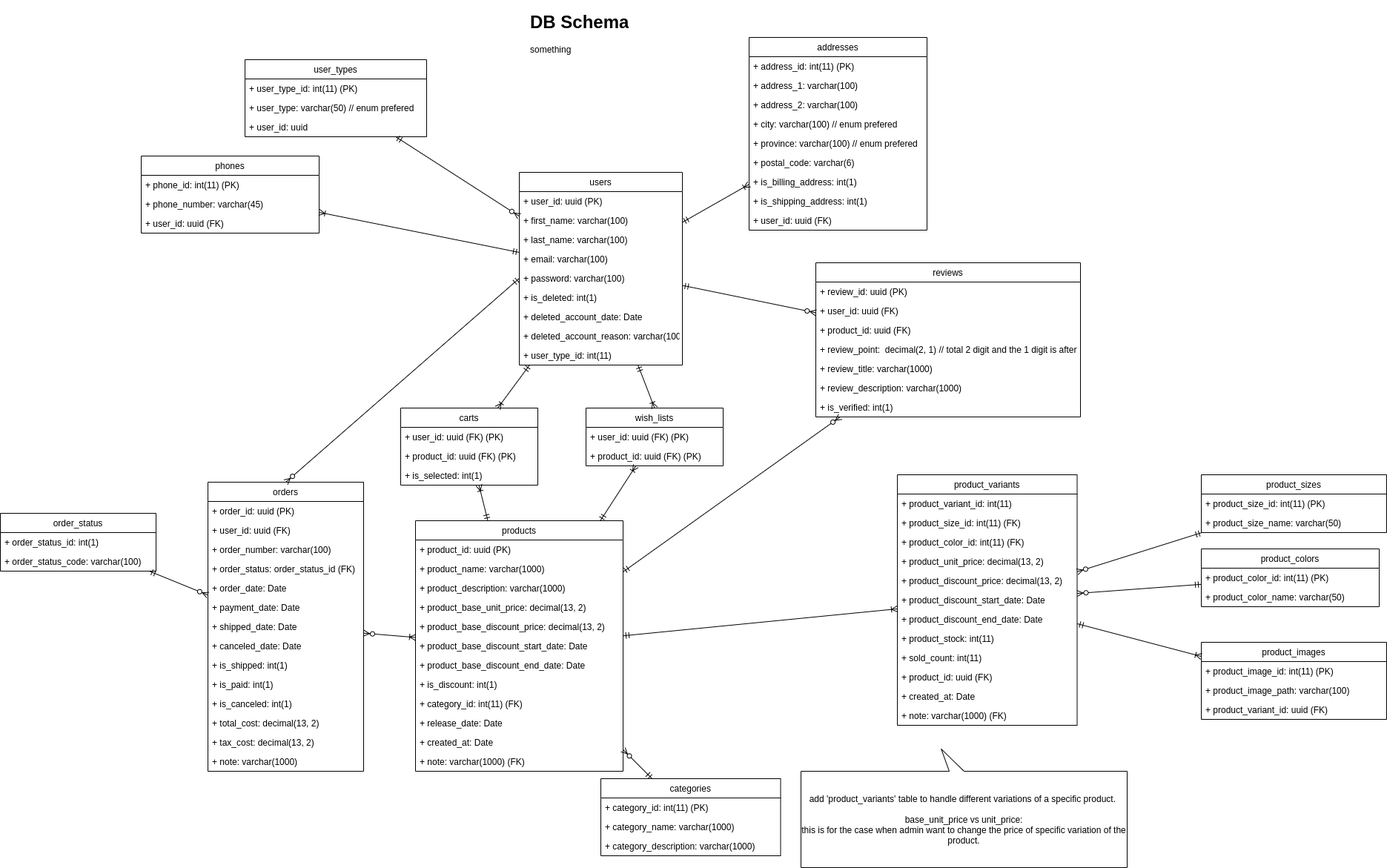
The draw.io diagram db-design.png in stsiwo/e-commerce-starter-kits, before a commit. Source tidied: cells renumbered, new cells last; positions are measured from the earlier drawing's top-left corner, leaving out a move shared by most shapes.
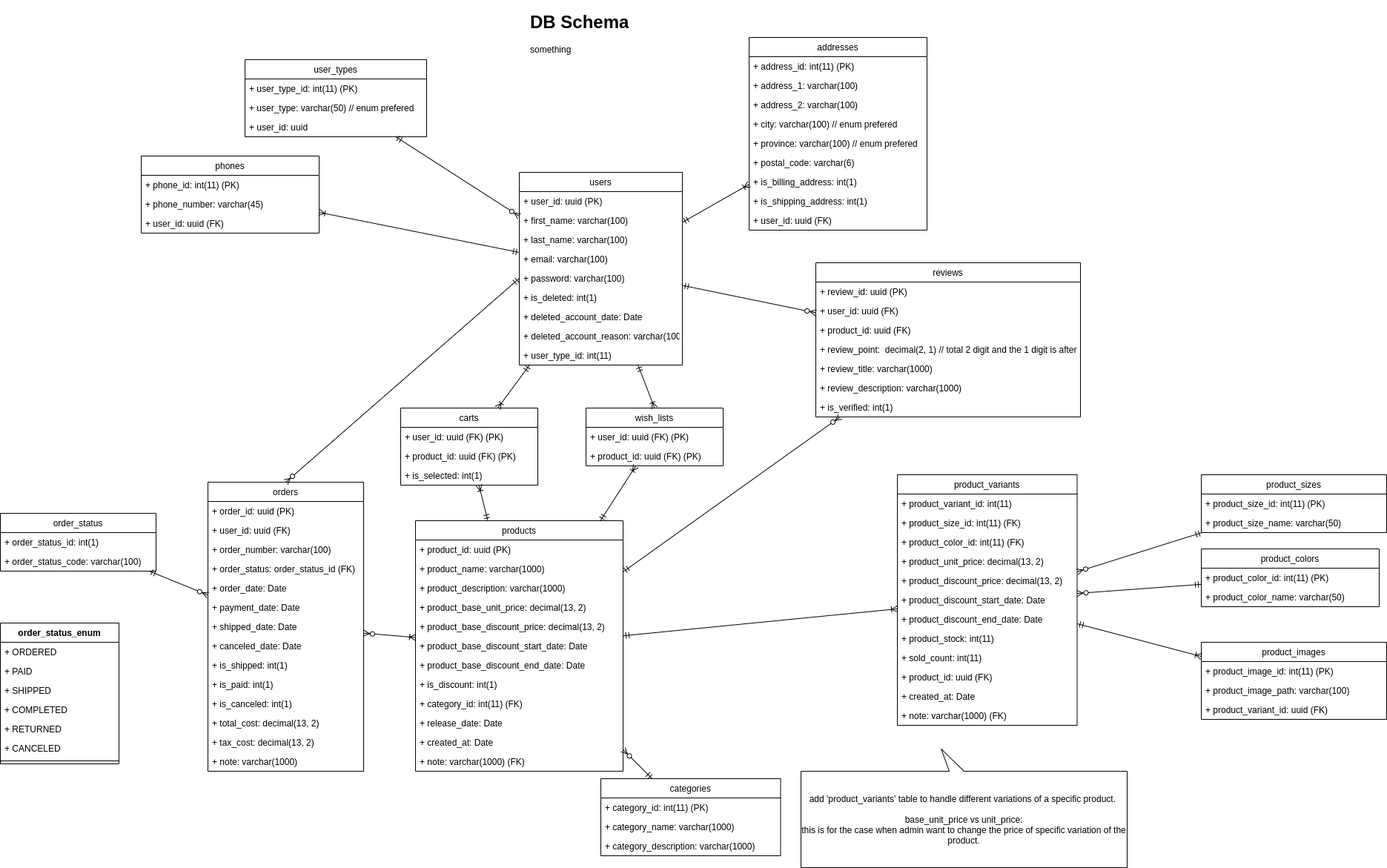
The same file after the commit.

Change to the diagram source:
```diff
@@ -362,5 +362,29 @@
     <mxCell id="121" value="+ is_selected: int(1)" style="text;strokeColor=none;fillColor=none;align=left;verticalAlign=top;spacingLeft=4;spacingRight=4;overflow=hidden;" parent="118" vertex="1">
       <mxGeometry y="78" width="185" height="26" as="geometry" />
     </mxCell>
+    <mxCell id="122" value="order_status_enum" style="swimlane;fontStyle=1;align=center;verticalAlign=top;horizontal=1;startSize=26;" parent="1" vertex="1">
+      <mxGeometry y="830" width="160" height="190" as="geometry" />
+    </mxCell>
+    <mxCell id="123" value="+ ORDERED" style="text;strokeColor=none;fillColor=none;align=left;verticalAlign=top;spacingLeft=4;spacingRight=4;overflow=hidden;" parent="122" vertex="1">
+      <mxGeometry y="26" width="160" height="26" as="geometry" />
+    </mxCell>
+    <mxCell id="124" value="+ PAID" style="text;strokeColor=none;fillColor=none;align=left;verticalAlign=top;spacingLeft=4;spacingRight=4;overflow=hidden;" parent="122" vertex="1">
+      <mxGeometry y="52" width="160" height="26" as="geometry" />
+    </mxCell>
+    <mxCell id="125" value="+ SHIPPED" style="text;strokeColor=none;fillColor=none;align=left;verticalAlign=top;spacingLeft=4;spacingRight=4;overflow=hidden;" parent="122" vertex="1">
+      <mxGeometry y="78" width="160" height="26" as="geometry" />
+    </mxCell>
+    <mxCell id="126" value="+ COMPLETED" style="text;strokeColor=none;fillColor=none;align=left;verticalAlign=top;spacingLeft=4;spacingRight=4;overflow=hidden;" parent="122" vertex="1">
+      <mxGeometry y="104" width="160" height="26" as="geometry" />
+    </mxCell>
+    <mxCell id="127" value="+ RETURNED" style="text;strokeColor=none;fillColor=none;align=left;verticalAlign=top;spacingLeft=4;spacingRight=4;overflow=hidden;" parent="122" vertex="1">
+      <mxGeometry y="130" width="160" height="26" as="geometry" />
+    </mxCell>
+    <mxCell id="128" value="+ CANCELED" style="text;strokeColor=none;fillColor=none;align=left;verticalAlign=top;spacingLeft=4;spacingRight=4;overflow=hidden;" parent="122" vertex="1">
+      <mxGeometry y="156" width="160" height="26" as="geometry" />
+    </mxCell>
+    <mxCell id="129" style="line;strokeWidth=1;fillColor=none;align=left;verticalAlign=middle;spacingTop=-1;spacingLeft=3;spacingRight=3;labelPosition=right;" parent="122" vertex="1">
+      <mxGeometry y="182" width="160" height="8" as="geometry" />
+    </mxCell>
   </root>
 </mxGraphModel>
```
